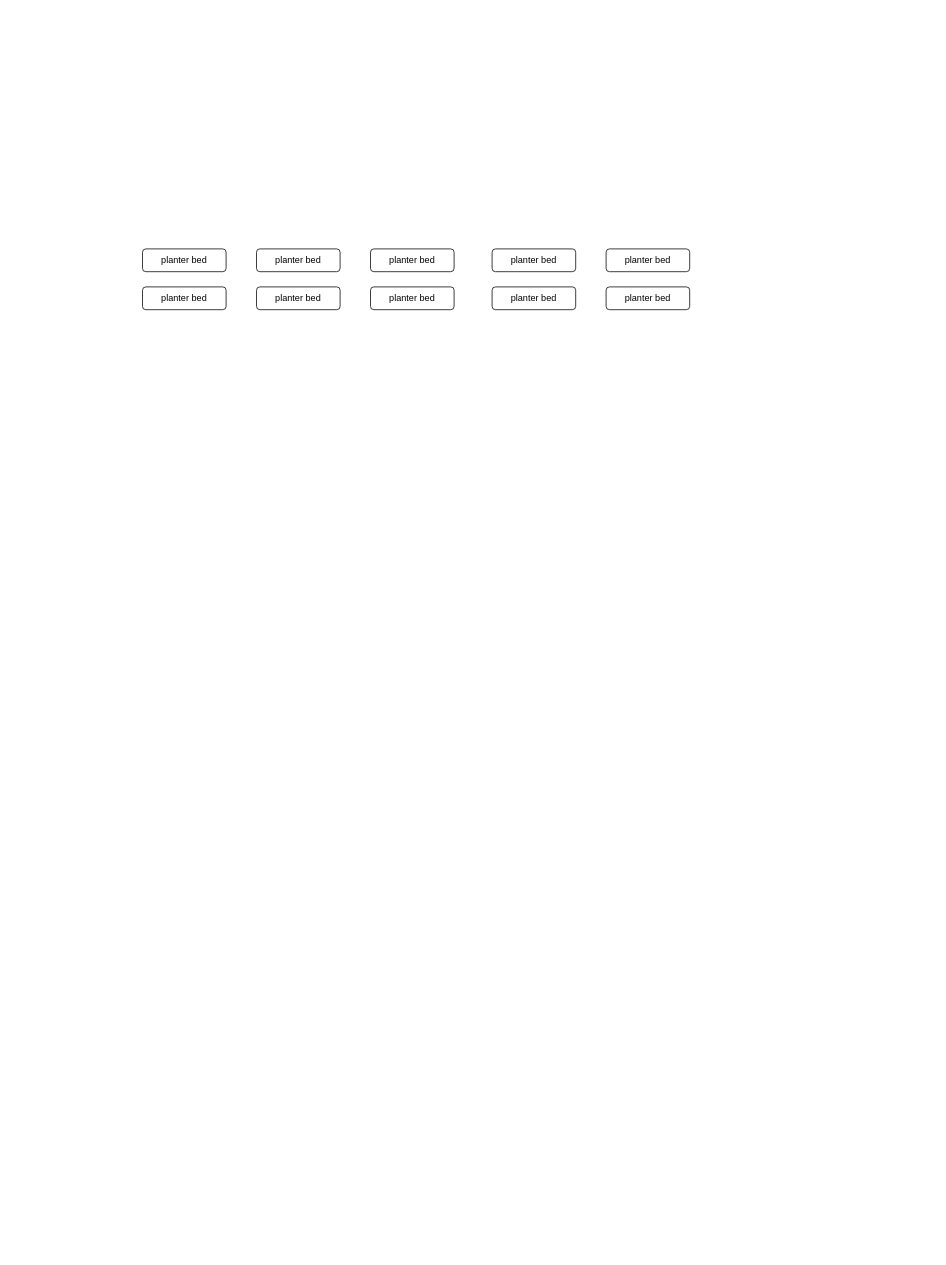
vigneshvalliappan/gardening keeps this draw.io diagram as gardening_planning.drawio. Above is the earlier version. Source tidied: cells renumbered, new cells numbered last; positions are measured from the earlier drawing's top-left corner, leaving out a move shared by most shapes. Both pictures are drawn from the tidied source at 76%, with x=0, y=0 at pixel (142, 249).
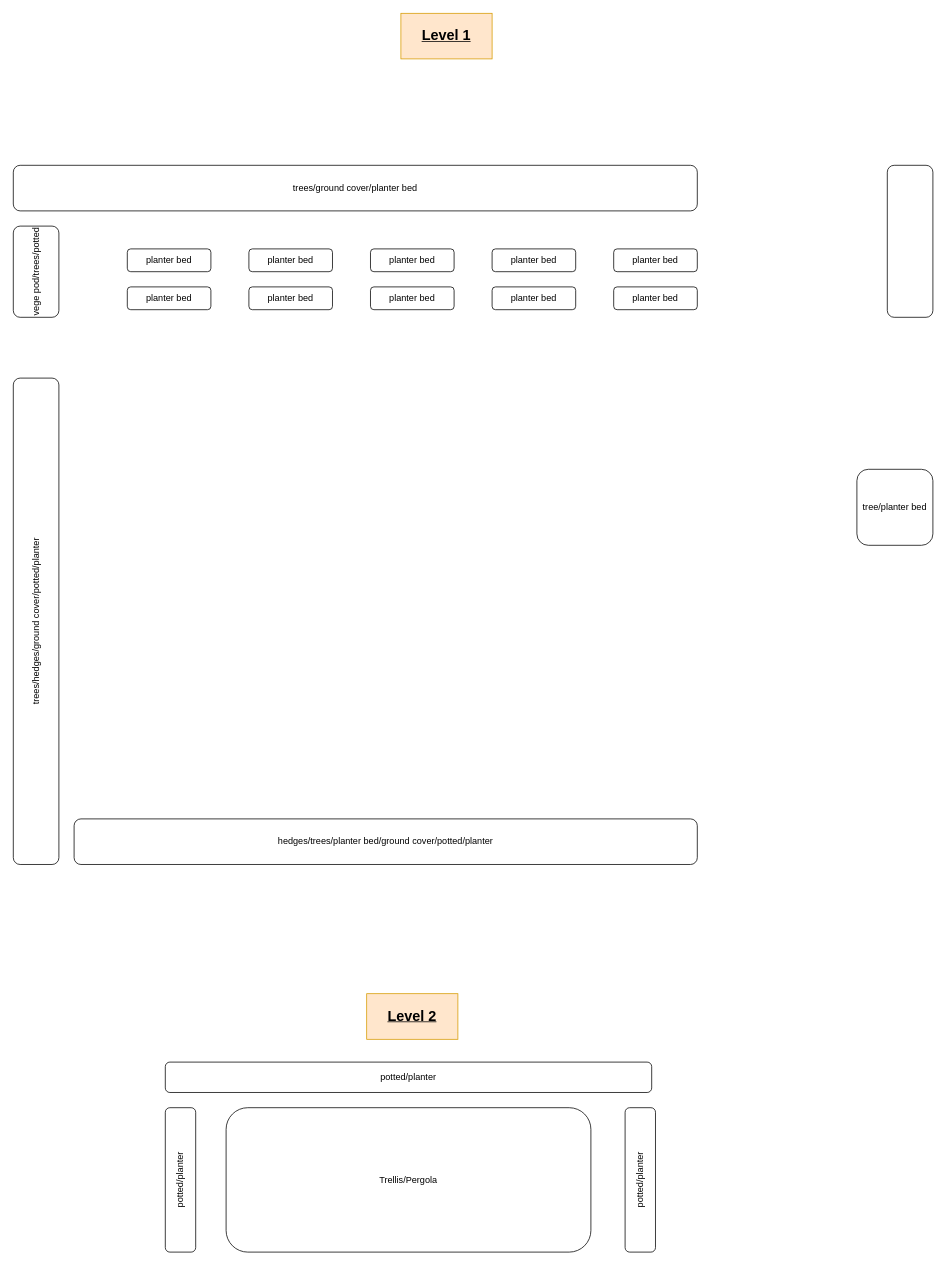
Above is the later version.

The edit, as a diff of the source:
```diff
@@
     <mxCell id="2" value="planter bed" style="rounded=1;whiteSpace=wrap;html=1;" parent="1" vertex="1">
-      <mxGeometry width="110" height="30" as="geometry" />
+      <mxGeometry x="-20" width="110" height="30" as="geometry" />
     </mxCell>
     <mxCell id="3" value="planter bed" style="rounded=1;whiteSpace=wrap;html=1;" parent="1" vertex="1">
-      <mxGeometry y="50" width="110" height="30" as="geometry" />
+      <mxGeometry x="-20" y="50" width="110" height="30" as="geometry" />
     </mxCell>
     <mxCell id="4" value="planter bed" style="rounded=1;whiteSpace=wrap;html=1;" parent="1" vertex="1">
-      <mxGeometry x="150" width="110" height="30" as="geometry" />
+      <mxGeometry x="140" width="110" height="30" as="geometry" />
     </mxCell>
     <mxCell id="5" value="planter bed" style="rounded=1;whiteSpace=wrap;html=1;" parent="1" vertex="1">
-      <mxGeometry x="150" y="50" width="110" height="30" as="geometry" />
+      <mxGeometry x="140" y="50" width="110" height="30" as="geometry" />
     </mxCell>
@@
     <mxCell id="10" value="planter bed" style="rounded=1;whiteSpace=wrap;html=1;" parent="1" vertex="1">
-      <mxGeometry x="610" width="110" height="30" as="geometry" />
+      <mxGeometry x="620" width="110" height="30" as="geometry" />
     </mxCell>
     <mxCell id="11" value="planter bed" style="rounded=1;whiteSpace=wrap;html=1;" parent="1" vertex="1">
-      <mxGeometry x="610" y="50" width="110" height="30" as="geometry" />
+      <mxGeometry x="620" y="50" width="110" height="30" as="geometry" />
     </mxCell>
+    <mxCell id="12" value="trees/ground cover/planter bed" style="rounded=1;whiteSpace=wrap;html=1;" parent="1" vertex="1">
+      <mxGeometry x="-170" y="-110" width="900" height="60" as="geometry" />
+    </mxCell>
+    <mxCell id="13" value="vege pod/trees/potted" style="rounded=1;whiteSpace=wrap;html=1;rotation=-90;" parent="1" vertex="1">
+      <mxGeometry x="-200" width="120" height="60" as="geometry" />
+    </mxCell>
+    <mxCell id="14" style="rounded=1;whiteSpace=wrap;html=1;rotation=90;" parent="1" vertex="1">
+      <mxGeometry x="910" y="-40" width="200" height="60" as="geometry" />
+    </mxCell>
+    <mxCell id="15" value="trees/hedges/ground cover/potted/planter" style="rounded=1;whiteSpace=wrap;html=1;rotation=-90;" parent="1" vertex="1">
+      <mxGeometry x="-460" y="460" width="640" height="60" as="geometry" />
+    </mxCell>
+    <mxCell id="16" value="hedges/trees/planter bed/ground cover/potted/planter" style="rounded=1;whiteSpace=wrap;html=1;" parent="1" vertex="1">
+      <mxGeometry x="-90" y="750" width="820" height="60" as="geometry" />
+    </mxCell>
+    <mxCell id="17" value="tree/planter bed" style="rounded=1;whiteSpace=wrap;html=1;" parent="1" vertex="1">
+      <mxGeometry x="940" y="290" width="100" height="100" as="geometry" />
+    </mxCell>
+    <mxCell id="18" value="&lt;font style=&quot;font-size: 19px;&quot;&gt;&lt;b&gt;&lt;u&gt;Level 1&lt;/u&gt;&lt;/b&gt;&lt;/font&gt;" style="rounded=0;whiteSpace=wrap;html=1;fillColor=#ffe6cc;strokeColor=#d79b00;" parent="1" vertex="1">
+      <mxGeometry x="340" y="-310" width="120" height="60" as="geometry" />
+    </mxCell>
+    <mxCell id="19" value="&lt;font style=&quot;font-size: 19px;&quot;&gt;&lt;b&gt;&lt;u&gt;Level 2&lt;/u&gt;&lt;/b&gt;&lt;/font&gt;" style="rounded=0;whiteSpace=wrap;html=1;fillColor=#ffe6cc;strokeColor=#d79b00;" parent="1" vertex="1">
+      <mxGeometry x="295" y="980" width="120" height="60" as="geometry" />
+    </mxCell>
+    <mxCell id="20" value="Trellis/Pergola" style="rounded=1;whiteSpace=wrap;html=1;" parent="1" vertex="1">
+      <mxGeometry x="110" y="1130" width="480" height="190" as="geometry" />
+    </mxCell>
+    <mxCell id="21" value="potted/planter" style="rounded=1;whiteSpace=wrap;html=1;" parent="1" vertex="1">
+      <mxGeometry x="30" y="1070" width="640" height="40" as="geometry" />
+    </mxCell>
+    <mxCell id="22" value="potted/planter" style="rounded=1;whiteSpace=wrap;html=1;rotation=-90;" parent="1" vertex="1">
+      <mxGeometry x="-45" y="1205" width="190" height="40" as="geometry" />
+    </mxCell>
+    <mxCell id="23" value="potted/planter" style="rounded=1;whiteSpace=wrap;html=1;rotation=-90;" parent="1" vertex="1">
+      <mxGeometry x="560" y="1205" width="190" height="40" as="geometry" />
+    </mxCell>
```
